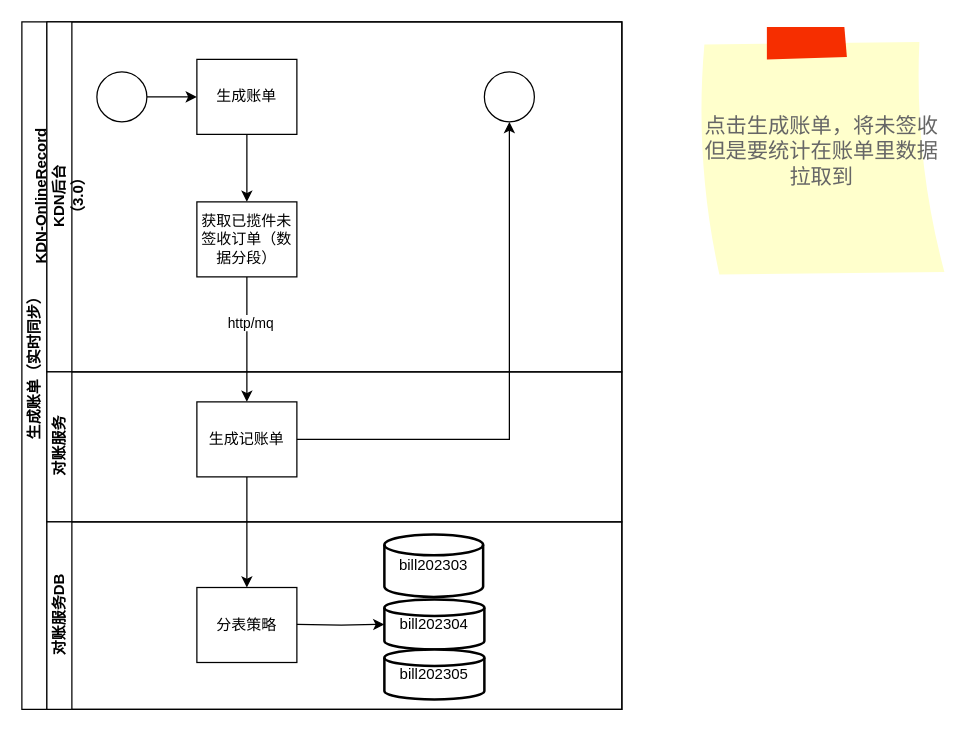
Above: page "批量同步" (2 of 3) of 渠道对账.drawio in unclequentin/diagrams (draw.io), before the change. Source tidied: cells renumbered, new cells numbered last; positions are measured from the earlier drawing's top-left corner, leaving out a move shared by most shapes. Both pictures are drawn from the tidied source at 125%, with x=0, y=0 at pixel (21, 21).
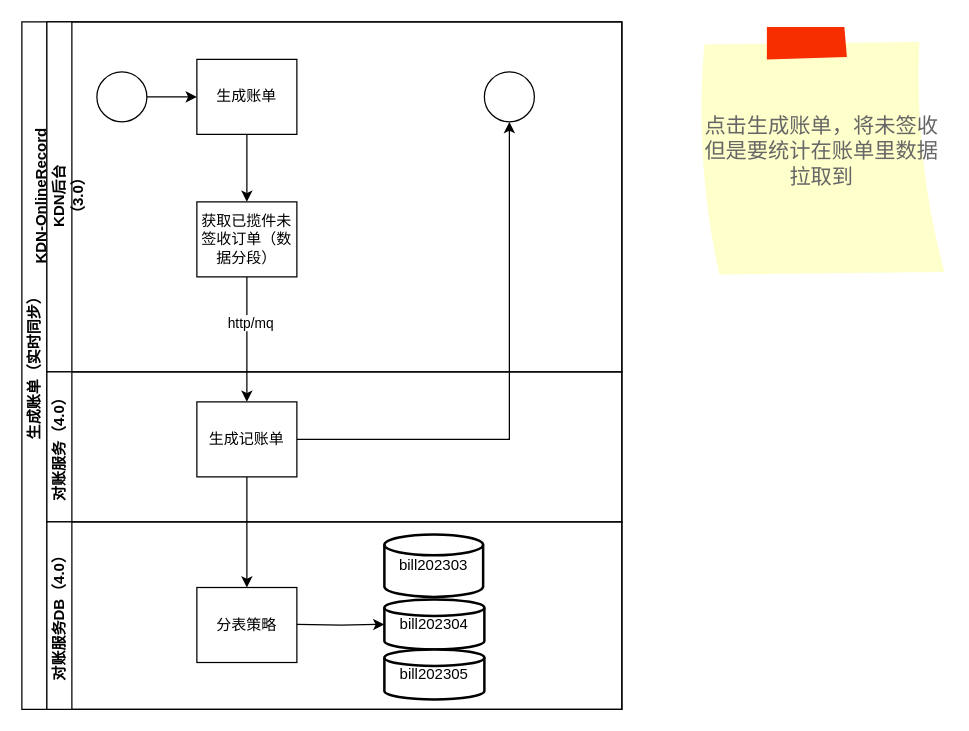
After the change.

Unchanged cells that the change refers to:
```xml
<mxCell id="2" value="生成账单（实时同步）" style="swimlane;html=1;horizontal=0;startSize=20;" parent="1" vertex="1">
  <mxGeometry width="480" height="550" as="geometry" />
</mxCell>
```

The edit, as a diff of the source:
```diff
@@
-    <mxCell id="10" value="对账服务" style="swimlane;html=1;startSize=20;horizontal=0;" parent="2" vertex="1">
+    <mxCell id="10" value="对账服务（4.0）" style="swimlane;html=1;startSize=20;horizontal=0;" parent="2" vertex="1">
       <mxGeometry x="20" y="280" width="460" height="120" as="geometry" />
     </mxCell>
@@
-    <mxCell id="12" value="对账服务DB" style="swimlane;html=1;startSize=20;horizontal=0;" parent="2" vertex="1">
+    <mxCell id="12" value="对账服务DB（4.0）" style="swimlane;html=1;startSize=20;horizontal=0;" parent="2" vertex="1">
       <mxGeometry x="20" y="400" width="460" height="150" as="geometry" />
     </mxCell>
```
